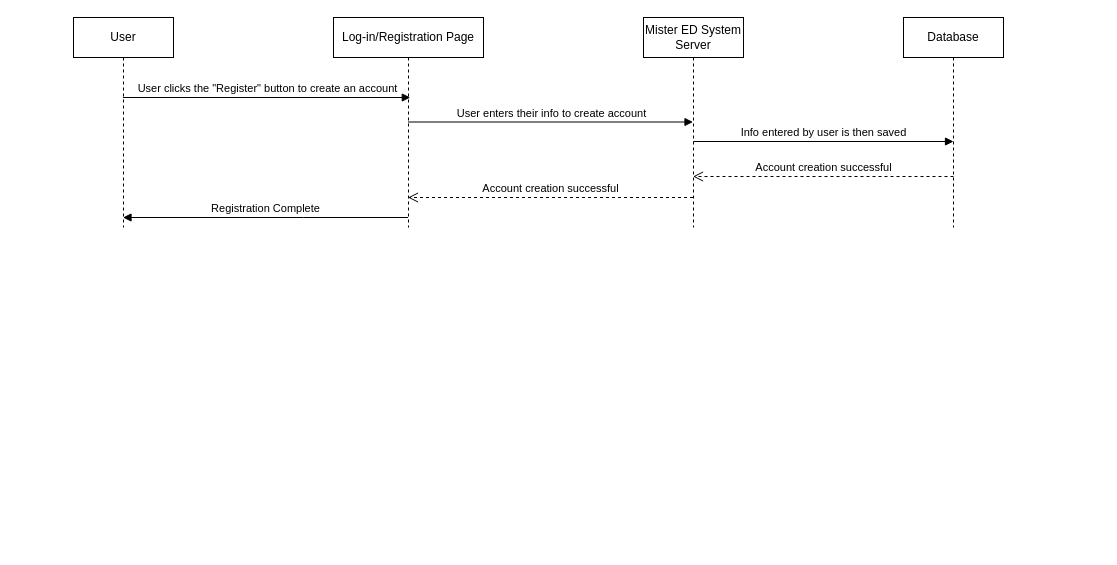
Earlier version of the draw.io diagram Registration-Sequence-Diagram.drawio (uvic-teach/project-m1-team8). Source tidied: cells renumbered, new cells numbered last; positions are measured from the earlier drawing's top-left corner, leaving out a move shared by most shapes. Both pictures are drawn from the tidied source at 100%, with x=0, y=0 at pixel (73, 17).
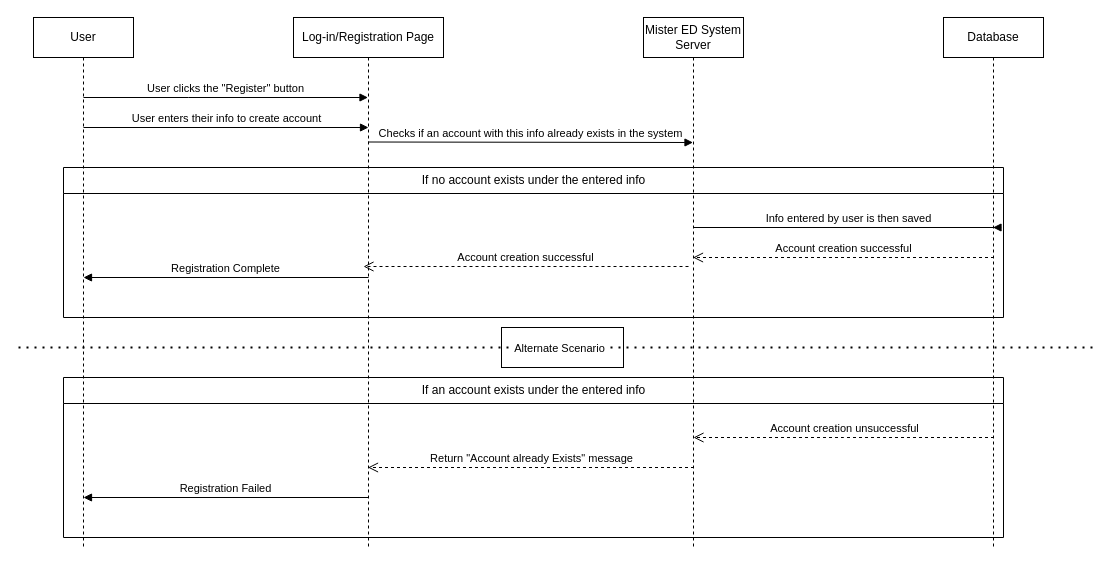
After the change.

Change to the diagram source:
```diff
@@
+    <mxCell id="12" style="rounded=0;whiteSpace=wrap;html=1;" parent="1" vertex="1">
+      <mxGeometry x="428" y="310" width="122" height="40" as="geometry" />
+    </mxCell>
+    <mxCell id="13" style="endArrow=none;dashed=1;html=1;dashPattern=1 3;strokeWidth=2;rounded=0;" parent="1" edge="1">
+      <mxGeometry relative="1" as="geometry">
+        <mxPoint x="-55" y="330" as="sourcePoint" />
+        <mxPoint x="1025" y="330" as="targetPoint" />
+      </mxGeometry>
+    </mxCell>
+    <mxCell id="14" value="Alternate Scenario" style="edgeLabel;html=1;align=center;verticalAlign=middle;" parent="13" vertex="1">
+      <mxGeometry x="-0.02" y="1" relative="1" as="geometry">
+        <mxPoint x="11" y="1" as="offset" />
+      </mxGeometry>
+    </mxCell>
+    <mxCell id="15" value="If no account exists under the entered info" style="swimlane;fontStyle=0;horizontal=1;startSize=26;fillColor=none;html=1;" parent="1" vertex="1">
+      <mxGeometry x="-10" y="150" width="940" height="150" as="geometry" />
+    </mxCell>
+    <mxCell id="9" value="Info entered by user is then saved" style="html=1;verticalAlign=bottom;endArrow=block;edgeStyle=elbowEdgeStyle;elbow=vertical;curved=0;rounded=0;" parent="15" edge="1">
+      <mxGeometry relative="1" as="geometry">
+        <mxPoint x="630" y="60" as="sourcePoint" />
+        <mxPoint x="929.5" y="60" as="targetPoint" />
+        <Array as="points">
+          <mxPoint x="934.6" y="60" />
+        </Array>
+      </mxGeometry>
+    </mxCell>
+    <mxCell id="10" value="Account creation successful" style="html=1;verticalAlign=bottom;endArrow=open;dashed=1;endSize=8;edgeStyle=elbowEdgeStyle;elbow=vertical;curved=0;rounded=0;" parent="15" edge="1" target="7">
+      <mxGeometry relative="1" as="geometry">
+        <mxPoint x="930.5" y="90" as="sourcePoint" />
+      </mxGeometry>
+    </mxCell>
+    <mxCell id="6" value="Registration Complete" style="html=1;verticalAlign=bottom;endArrow=block;edgeStyle=elbowEdgeStyle;elbow=vertical;curved=0;rounded=0;" parent="15" edge="1">
+      <mxGeometry relative="1" as="geometry">
+        <mxPoint x="305" y="110" as="sourcePoint" />
+        <mxPoint x="20" y="110" as="targetPoint" />
+        <Array as="points">
+          <mxPoint x="200.5" y="110" />
+          <mxPoint x="320.5" y="100" />
+        </Array>
+      </mxGeometry>
+    </mxCell>
     <mxCell id="2" value="User" style="shape=umlLifeline;perimeter=lifelinePerimeter;whiteSpace=wrap;html=1;newEdgeStyle={&quot;edgeStyle&quot;:&quot;elbowEdgeStyle&quot;,&quot;elbow&quot;:&quot;vertical&quot;,&quot;curved&quot;:0,&quot;rounded&quot;:0};" parent="1" vertex="1">
-      <mxGeometry width="100" height="210" as="geometry" />
+      <mxGeometry x="-40" width="100" height="530" as="geometry" />
     </mxCell>
     <mxCell id="3" value="Database" style="shape=umlLifeline;perimeter=lifelinePerimeter;whiteSpace=wrap;html=1;newEdgeStyle={&quot;edgeStyle&quot;:&quot;elbowEdgeStyle&quot;,&quot;elbow&quot;:&quot;vertical&quot;,&quot;curved&quot;:0,&quot;rounded&quot;:0};" parent="1" vertex="1">
-      <mxGeometry x="830" width="100" height="210" as="geometry" />
+      <mxGeometry x="870" width="100" height="530" as="geometry" />
     </mxCell>
-    <mxCell id="4" value="User clicks the &quot;Register&quot; button to create an account" style="html=1;verticalAlign=bottom;endArrow=block;edgeStyle=elbowEdgeStyle;elbow=vertical;curved=0;rounded=0;entryX=0.512;entryY=0.218;entryDx=0;entryDy=0;entryPerimeter=0;" parent="1" edge="1">
+    <mxCell id="4" value="User clicks the &quot;Register&quot; button" style="html=1;verticalAlign=bottom;endArrow=block;edgeStyle=elbowEdgeStyle;elbow=vertical;curved=0;rounded=0;" parent="1" edge="1" target="5">
       <mxGeometry relative="1" as="geometry">
-        <mxPoint x="49.5" y="80" as="sourcePoint" />
-        <mxPoint x="336.8" y="80.4" as="targetPoint" />
+        <mxPoint x="10" y="80" as="sourcePoint" />
       </mxGeometry>
     </mxCell>
     <mxCell id="5" value="Log-in/Registration Page" style="shape=umlLifeline;perimeter=lifelinePerimeter;whiteSpace=wrap;html=1;outlineConnect=0;portConstraint=eastwest;newEdgeStyle={&quot;edgeStyle&quot;:&quot;elbowEdgeStyle&quot;,&quot;elbow&quot;:&quot;vertical&quot;,&quot;curved&quot;:0,&quot;rounded&quot;:0};" parent="1" vertex="1">
-      <mxGeometry x="260" width="150" height="210" as="geometry" />
+      <mxGeometry x="220" width="150" height="530" as="geometry" />
     </mxCell>
-    <mxCell id="6" value="Registration Complete" style="html=1;verticalAlign=bottom;endArrow=block;edgeStyle=elbowEdgeStyle;elbow=vertical;curved=0;rounded=0;" parent="1" edge="1">
-      <mxGeometry relative="1" as="geometry">
-        <mxPoint x="334.5" y="200" as="sourcePoint" />
-        <mxPoint x="49.5" y="200" as="targetPoint" />
-        <Array as="points">
-          <mxPoint x="230" y="200" />
-          <mxPoint x="350" y="190" />
-        </Array>
-      </mxGeometry>
-    </mxCell>
     <mxCell id="7" value="Mister ED System Server" style="shape=umlLifeline;perimeter=lifelinePerimeter;whiteSpace=wrap;html=1;outlineConnect=0;portConstraint=eastwest;newEdgeStyle={&quot;edgeStyle&quot;:&quot;elbowEdgeStyle&quot;,&quot;elbow&quot;:&quot;vertical&quot;,&quot;curved&quot;:0,&quot;rounded&quot;:0};" parent="1" vertex="1">
-      <mxGeometry x="570" width="100" height="210" as="geometry" />
+      <mxGeometry x="570" width="100" height="530" as="geometry" />
     </mxCell>
     <mxCell id="8" value="User enters their info to create account" style="html=1;verticalAlign=bottom;endArrow=block;edgeStyle=elbowEdgeStyle;elbow=vertical;curved=0;rounded=0;" parent="1" edge="1">
       <mxGeometry relative="1" as="geometry">
-        <mxPoint x="334.5" y="104.5" as="sourcePoint" />
-        <mxPoint x="619.5" y="104.9" as="targetPoint" />
+        <mxPoint x="10" y="110" as="sourcePoint" />
+        <mxPoint x="295" y="110.4" as="targetPoint" />
         <Array as="points">
-          <mxPoint x="340" y="104.5" />
+          <mxPoint x="15.5" y="110" />
         </Array>
       </mxGeometry>
     </mxCell>
-    <mxCell id="9" value="Info entered by user is then saved" style="html=1;verticalAlign=bottom;endArrow=block;edgeStyle=elbowEdgeStyle;elbow=vertical;curved=0;rounded=0;" parent="1" edge="1">
-      <mxGeometry relative="1" as="geometry">
-        <mxPoint x="620" y="124" as="sourcePoint" />
-        <mxPoint x="880" y="123.8" as="targetPoint" />
-        <Array as="points">
-          <mxPoint x="924.6" y="124" />
-        </Array>
-      </mxGeometry>
-    </mxCell>
-    <mxCell id="10" value="Account creation successful" style="html=1;verticalAlign=bottom;endArrow=open;dashed=1;endSize=8;edgeStyle=elbowEdgeStyle;elbow=vertical;curved=0;rounded=0;" parent="1" edge="1">
-      <mxGeometry relative="1" as="geometry">
-        <mxPoint x="880" y="159" as="sourcePoint" />
-        <mxPoint x="619.5" y="159" as="targetPoint" />
-      </mxGeometry>
-    </mxCell>
     <mxCell id="11" value="Account creation successful" style="html=1;verticalAlign=bottom;endArrow=open;dashed=1;endSize=8;edgeStyle=elbowEdgeStyle;elbow=vertical;curved=0;rounded=0;" parent="1" edge="1">
       <mxGeometry relative="1" as="geometry">
-        <mxPoint x="619.5" y="180" as="sourcePoint" />
-        <mxPoint x="334.5" y="180" as="targetPoint" />
+        <mxPoint x="615" y="249" as="sourcePoint" />
+        <mxPoint x="290" y="249" as="targetPoint" />
       </mxGeometry>
     </mxCell>
+    <mxCell id="16" value="Checks if an account with this info already exists in the system" style="html=1;verticalAlign=bottom;endArrow=block;edgeStyle=elbowEdgeStyle;elbow=vertical;curved=0;rounded=0;" parent="1" edge="1">
+      <mxGeometry relative="1" as="geometry">
+        <mxPoint x="294.5" y="124.5" as="sourcePoint" />
+        <mxPoint x="619.5" y="124.5" as="targetPoint" />
+        <Array as="points">
+          <mxPoint x="460" y="125" />
+          <mxPoint x="345.5" y="34.5" />
+        </Array>
+      </mxGeometry>
+    </mxCell>
+    <mxCell id="17" value="If an account exists under the entered info" style="swimlane;fontStyle=0;horizontal=1;startSize=26;fillColor=none;html=1;" parent="1" vertex="1">
+      <mxGeometry x="-10" y="360" width="940" height="160" as="geometry" />
+    </mxCell>
+    <mxCell id="18" value="Return &quot;Account already Exists&quot; message" style="html=1;verticalAlign=bottom;endArrow=open;dashed=1;endSize=8;edgeStyle=elbowEdgeStyle;elbow=vertical;curved=0;rounded=0;" parent="17" edge="1" target="5">
+      <mxGeometry relative="1" as="geometry">
+        <mxPoint x="630.5" y="90" as="sourcePoint" />
+      </mxGeometry>
+    </mxCell>
+    <mxCell id="19" value="Account creation unsuccessful" style="html=1;verticalAlign=bottom;endArrow=open;dashed=1;endSize=8;edgeStyle=elbowEdgeStyle;elbow=vertical;curved=0;rounded=0;" parent="17" edge="1">
+      <mxGeometry relative="1" as="geometry">
+        <mxPoint x="930.5" y="60" as="sourcePoint" />
+        <mxPoint x="630" y="60" as="targetPoint" />
+      </mxGeometry>
+    </mxCell>
+    <mxCell id="20" value="Registration Failed" style="html=1;verticalAlign=bottom;endArrow=block;edgeStyle=elbowEdgeStyle;elbow=vertical;curved=0;rounded=0;" parent="17" edge="1">
+      <mxGeometry relative="1" as="geometry">
+        <mxPoint x="305" y="120" as="sourcePoint" />
+        <mxPoint x="20" y="120" as="targetPoint" />
+        <Array as="points">
+          <mxPoint x="200.5" y="120" />
+          <mxPoint x="320.5" y="110" />
+        </Array>
+      </mxGeometry>
+    </mxCell>
```
